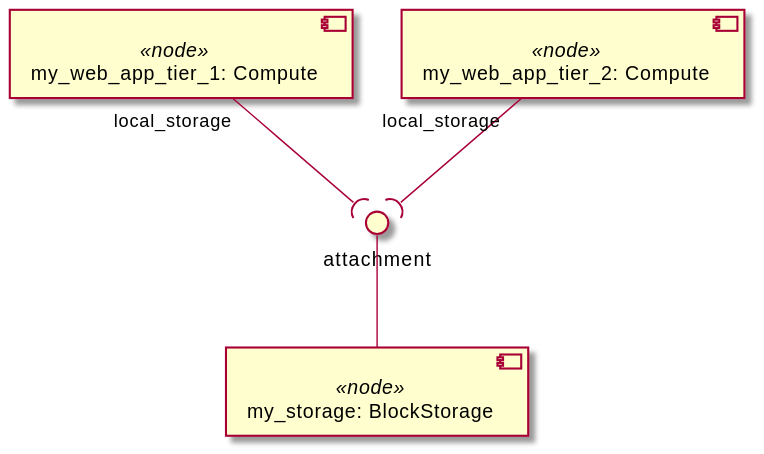
Above: examples/ariatosca/diagrams/uml2/block-storage-5-1.0-uml2-component-diagram1.svg in Orange-OpenSource/Cloudnet-TOSCA-toolbox (PlantUML), before the change. Source of this version:
```plantuml
@startuml
skinparam componentStyle uml2

component "my_web_app_tier_1: Compute" <<node>> as node_my_web_app_tier_1

component "my_web_app_tier_2: Compute" <<node>> as node_my_web_app_tier_2

component "my_storage: BlockStorage" <<node>> as node_my_storage

interface "attachment" as node_my_storage_attachment
node_my_storage_attachment -- node_my_storage
node_my_web_app_tier_1 "local_storage" --( node_my_storage_attachment
node_my_web_app_tier_2 "local_storage" --( node_my_storage_attachment
@enduml
```
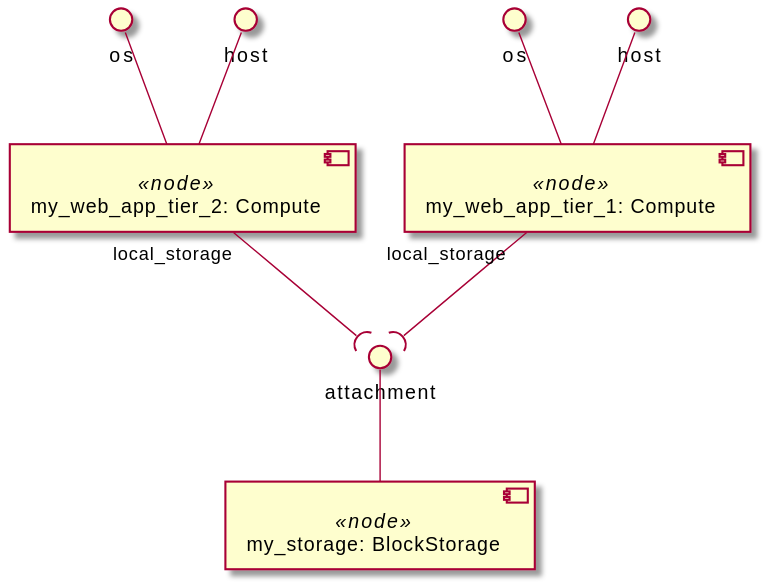
After the commit.

Diff of the diagram source:
```diff
@@ -2,13 +2,21 @@
 skinparam componentStyle uml2
 
 component "my_web_app_tier_1: Compute" <<node>> as node_my_web_app_tier_1
+interface "os" as node_my_web_app_tier_1_os
+node_my_web_app_tier_1_os -- node_my_web_app_tier_1
+interface "host" as node_my_web_app_tier_1_host
+node_my_web_app_tier_1_host -- node_my_web_app_tier_1
 
 component "my_web_app_tier_2: Compute" <<node>> as node_my_web_app_tier_2
+interface "os" as node_my_web_app_tier_2_os
+node_my_web_app_tier_2_os -- node_my_web_app_tier_2
+interface "host" as node_my_web_app_tier_2_host
+node_my_web_app_tier_2_host -- node_my_web_app_tier_2
 
 component "my_storage: BlockStorage" <<node>> as node_my_storage
-
 interface "attachment" as node_my_storage_attachment
 node_my_storage_attachment -- node_my_storage
+
 node_my_web_app_tier_1 "local_storage" --( node_my_storage_attachment
 node_my_web_app_tier_2 "local_storage" --( node_my_storage_attachment
 @enduml
```
